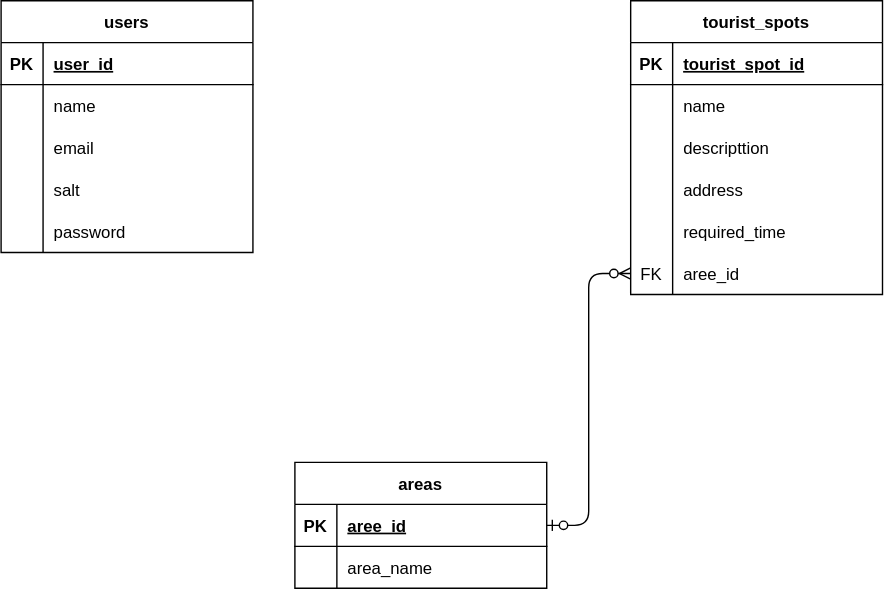
Earlier version of the draw.io export docs/db-schema.drawio.svg (BTC6-Team3/greenfield-project). Source tidied: cells renumbered, new cells last; positions are measured from the earlier drawing's top-left corner, leaving out a move shared by most shapes.
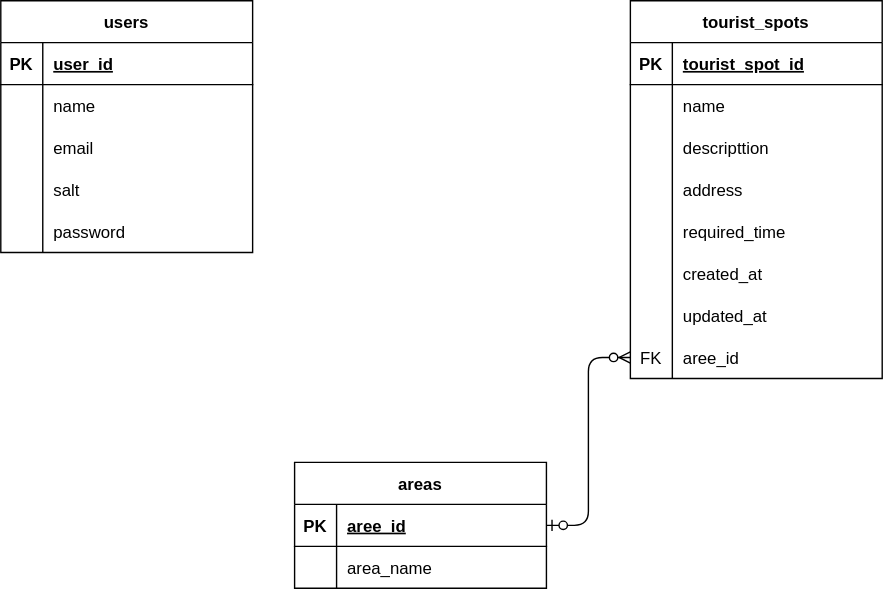
Above is the later version.

Commit message:
カラム追加

Change to the diagram source:
```diff
@@ -51,7 +51,7 @@
       <mxGeometry x="30" width="150" height="30" as="geometry" />
     </mxCell>
     <mxCell id="18" value="tourist_spots" style="shape=table;startSize=30;rowLines=0;fontStyle=1;align=center;" parent="1" vertex="1">
-      <mxGeometry x="450" width="180" height="210" as="geometry" />
+      <mxGeometry x="450" width="180" height="270" as="geometry" />
     </mxCell>
     <mxCell id="19" style="shape=tableRow;horizontal=0;startSize=0;swimlaneHead=0;swimlaneBody=0;fillColor=none;top=0;left=0;right=0;bottom=1;" parent="18" vertex="1">
       <mxGeometry y="30" width="180" height="30" as="geometry" />
@@ -98,8 +98,26 @@
     <mxCell id="33" value="required_time" style="shape=partialRectangle;fillColor=none;top=0;left=0;bottom=0;right=0;align=left;spacingLeft=6;overflow=hidden;" parent="31" vertex="1">
       <mxGeometry x="30" width="150" height="30" as="geometry" />
     </mxCell>
+    <mxCell id="45" style="shape=tableRow;horizontal=0;startSize=0;swimlaneHead=0;swimlaneBody=0;fillColor=none;top=0;left=0;right=0;bottom=0;" parent="18" vertex="1">
+      <mxGeometry y="180" width="180" height="30" as="geometry" />
+    </mxCell>
+    <mxCell id="46" style="shape=partialRectangle;fillColor=none;top=0;left=0;bottom=0;right=0;overflow=hidden;" parent="45" vertex="1">
+      <mxGeometry width="30" height="30" as="geometry" />
+    </mxCell>
+    <mxCell id="47" value="created_at" style="shape=partialRectangle;fillColor=none;top=0;left=0;bottom=0;right=0;align=left;spacingLeft=6;overflow=hidden;" parent="45" vertex="1">
+      <mxGeometry x="30" width="150" height="30" as="geometry" />
+    </mxCell>
+    <mxCell id="48" style="shape=tableRow;horizontal=0;startSize=0;swimlaneHead=0;swimlaneBody=0;fillColor=none;top=0;left=0;right=0;bottom=0;" parent="18" vertex="1">
+      <mxGeometry y="210" width="180" height="30" as="geometry" />
+    </mxCell>
+    <mxCell id="49" style="shape=partialRectangle;fillColor=none;top=0;left=0;bottom=0;right=0;overflow=hidden;" parent="48" vertex="1">
+      <mxGeometry width="30" height="30" as="geometry" />
+    </mxCell>
+    <mxCell id="50" value="updated_at" style="shape=partialRectangle;fillColor=none;top=0;left=0;bottom=0;right=0;align=left;spacingLeft=6;overflow=hidden;" parent="48" vertex="1">
+      <mxGeometry x="30" width="150" height="30" as="geometry" />
+    </mxCell>
     <mxCell id="34" style="shape=tableRow;horizontal=0;startSize=0;swimlaneHead=0;swimlaneBody=0;fillColor=none;points=[[0,0.5],[1,0.5]];portConstraint=eastwest;top=0;left=0;right=0;bottom=0;" parent="18" vertex="1">
-      <mxGeometry y="180" width="180" height="30" as="geometry" />
+      <mxGeometry y="240" width="180" height="30" as="geometry" />
     </mxCell>
     <mxCell id="35" value="FK" style="shape=partialRectangle;fillColor=none;top=0;left=0;bottom=0;right=0;overflow=hidden;" parent="34" vertex="1">
       <mxGeometry width="30" height="30" as="geometry" />
```
